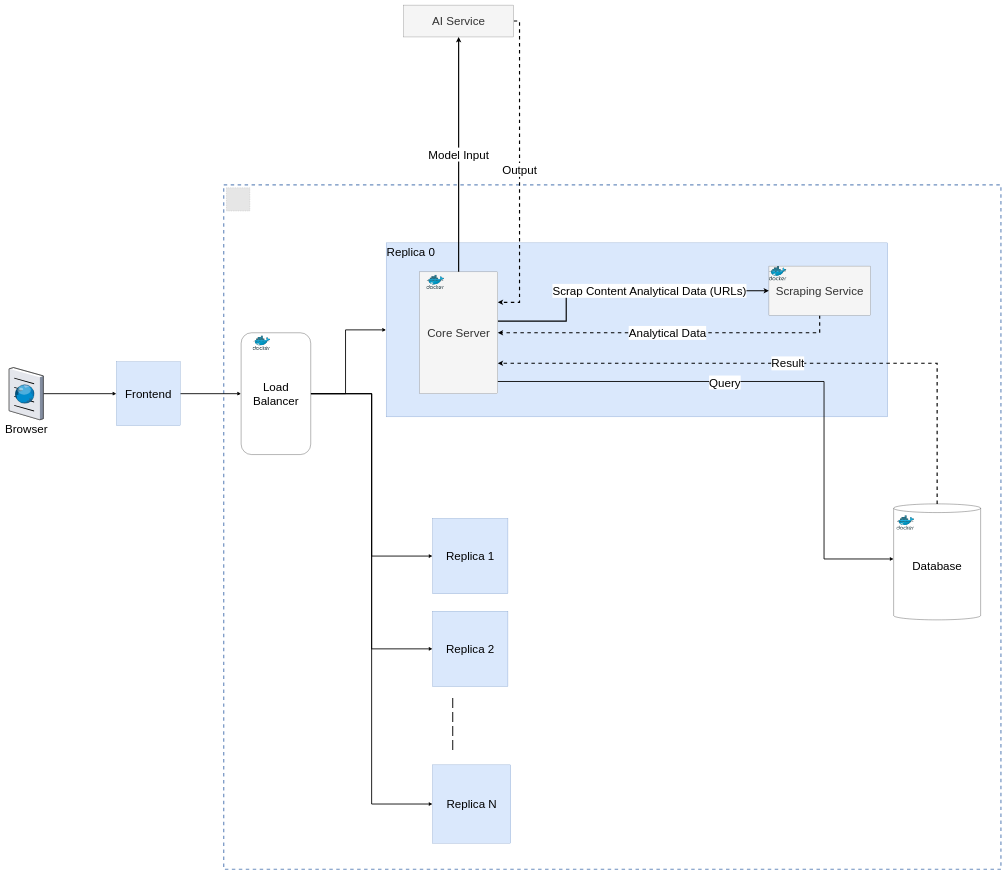
jadhamwi31/cc_productivity_and_marketing_kit keeps this draw.io diagram as diagrams/LowlevelBlockDiagram.drawio. Above is the earlier version. Source tidied: cells renumbered, new cells numbered last; positions are measured from the earlier drawing's top-left corner, leaving out a move shared by most shapes. Both pictures are drawn from the tidied source at 29%, with x=0, y=0 at pixel (9, 5). Pictures stored in the file or linked from it are replaced by grey dashed boxes.
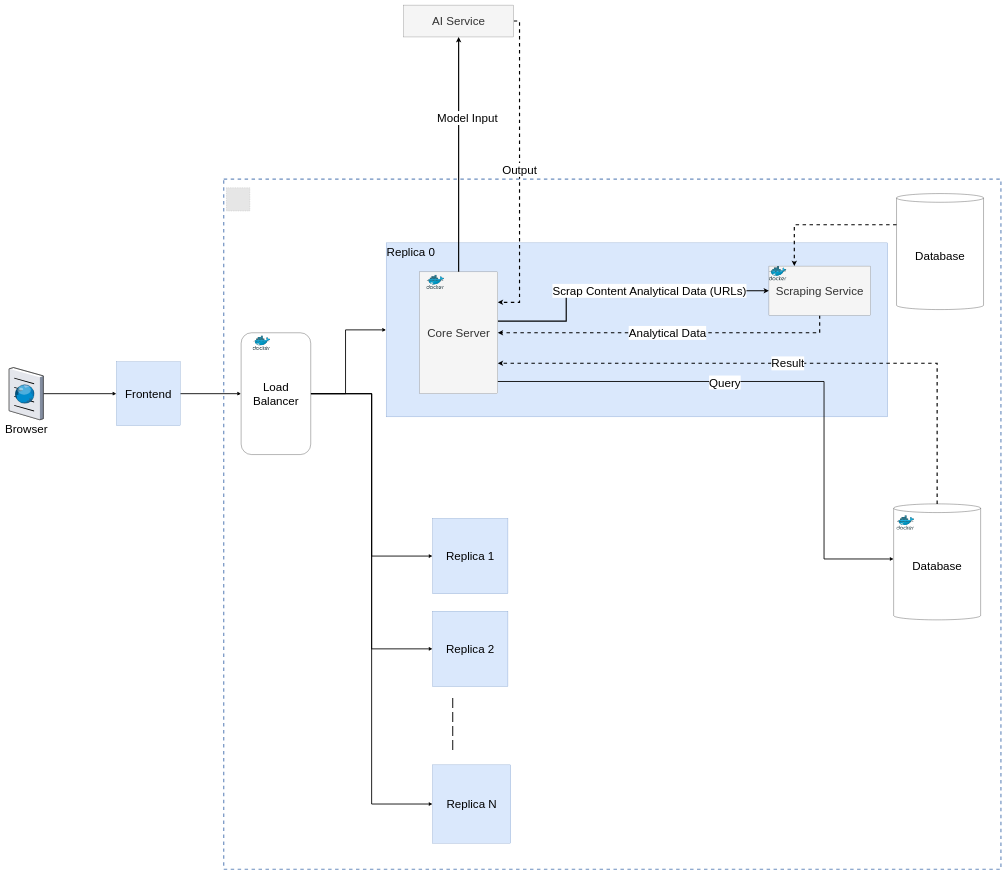
The same page after the edit.

Commit message (it also covers changes not shown here):
chaning diagrams

The change refers to these unchanged cells:
```xml
<mxCell id="9" value="Core Server" style="rounded=0;whiteSpace=wrap;html=1;fillColor=#f5f5f5;fontSize=40;fontColor=#333333;strokeColor=#666666;" parent="1" vertex="1">
  <mxGeometry x="1415" y="920" width="270" height="420" as="geometry" />
</mxCell>
<mxCell id="25" value="AI Service" style="rounded=0;whiteSpace=wrap;html=1;fillColor=#f5f5f5;fontSize=40;fontColor=#333333;strokeColor=#666666;" parent="1" vertex="1">
  <mxGeometry x="1360" width="380" height="110" as="geometry" />
</mxCell>
<mxCell id="27" value="Scraping Service" style="rounded=0;whiteSpace=wrap;html=1;fillColor=#f5f5f5;fontSize=40;fontColor=#333333;strokeColor=#666666;" parent="1" vertex="1">
  <mxGeometry x="2620" y="900" width="350" height="170" as="geometry" />
</mxCell>
```

The edit, as a diff of the source:
```diff
@@
     <mxCell id="2" style="rounded=0;whiteSpace=wrap;html=1;fillColor=none;strokeColor=#6c8ebf;strokeWidth=4;dashed=1;fontSize=40;" parent="1" vertex="1">
-      <mxGeometry x="740" y="620" width="2680" height="2360" as="geometry" />
+      <mxGeometry x="740" y="600" width="2680" height="2380" as="geometry" />
     </mxCell>
@@
     <mxCell id="7" value="Model Input" style="edgeStyle=orthogonalEdgeStyle;rounded=0;jettySize=auto;html=1;exitX=0.5;exitY=0;exitDx=0;exitDy=0;entryX=0.5;entryY=1;entryDx=0;entryDy=0;strokeWidth=4;fontSize=40;" parent="1" edge="1" source="9" target="25">
-      <mxGeometry relative="1" as="geometry" />
+      <mxGeometry x="0.31" y="-30" relative="1" as="geometry" />
     </mxCell>
@@
+    <mxCell id="33" style="edgeStyle=orthogonalEdgeStyle;rounded=0;jettySize=auto;html=1;exitX=0;exitY=0;exitDx=0;exitDy=107.5;exitPerimeter=0;entryX=0.25;entryY=0;entryDx=0;entryDy=0;dashed=1;strokeWidth=4;" parent="1" edge="1" source="34" target="27">
+      <mxGeometry relative="1" as="geometry" />
+    </mxCell>
+    <mxCell id="34" value="Database" style="shape=cylinder3;whiteSpace=wrap;html=1;boundedLbl=1;backgroundOutline=1;size=15;fontSize=40;fillColor=none;" parent="1" vertex="1">
+      <mxGeometry x="3060" y="650" width="300" height="400" as="geometry" />
+    </mxCell>
```
